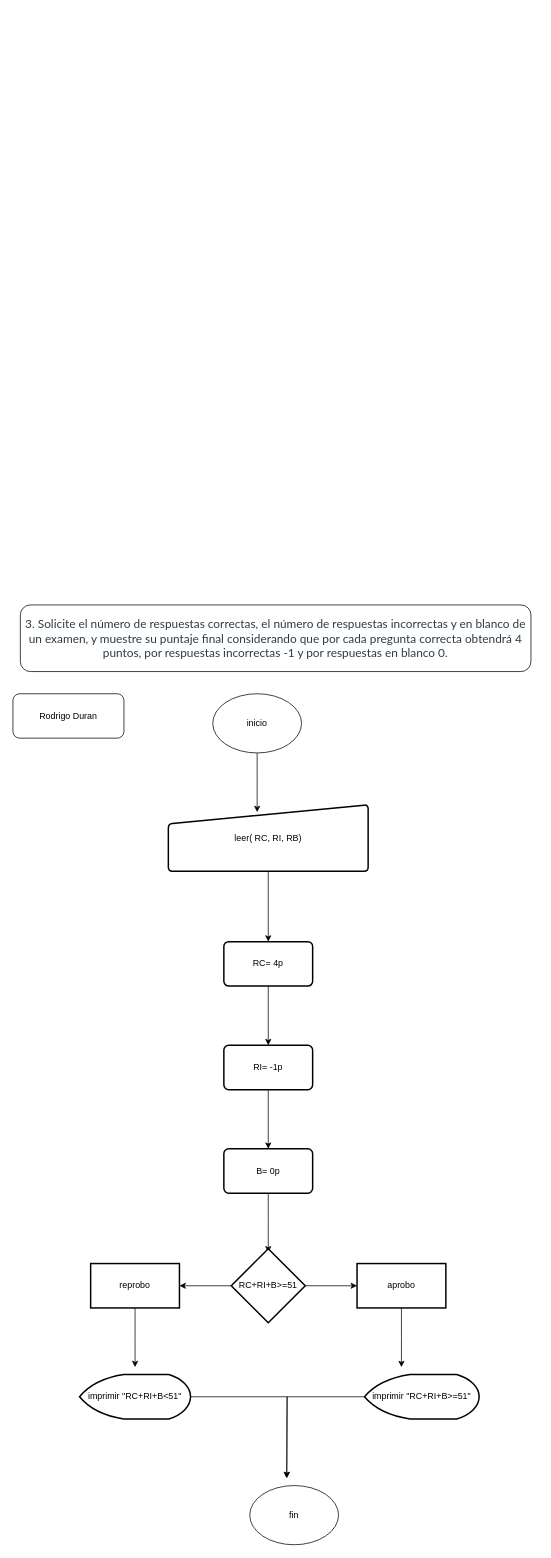
This is page "Page-3" (3 of 3) of Untitled Diagram.drawio from 12RodrigoDuran/Formula, a draw.io file, before an edit. Source tidied: cells renumbered, new cells numbered last; positions are measured from the earlier drawing's top-left corner, leaving out a move shared by most shapes. Both pictures are drawn from the tidied source at 74%, with x=0, y=0 at pixel (13, 605).
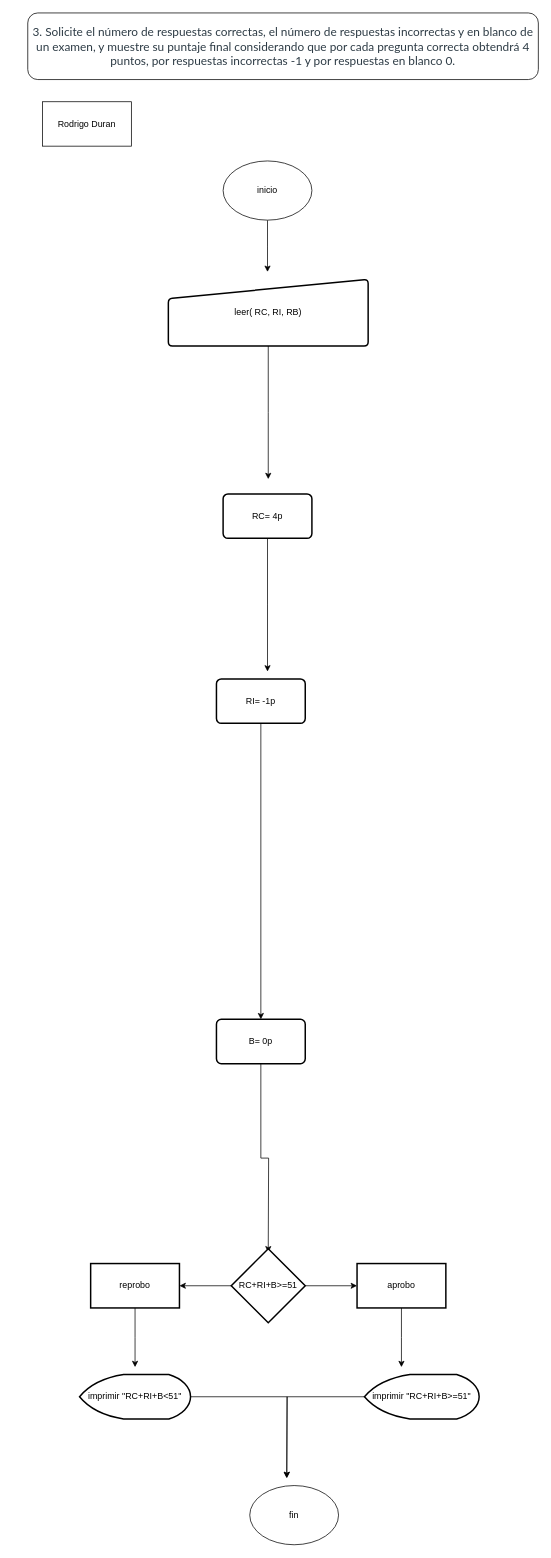
The same diagram, later.

Commit message (it also covers changes not shown here):
EJERCICIOS CORREGIDOS. Rodrigo Duran

Diff of the diagram source:
```diff
@@
     <mxCell id="2" value="&lt;br&gt;&lt;span style=&quot;background-color: rgb(255 , 255 , 255) ; color: rgb(45 , 59 , 69) ; font-family: &amp;#34;latoweb&amp;#34; , &amp;#34;lato extended&amp;#34; , &amp;#34;lato&amp;#34; , &amp;#34;helvetica neue&amp;#34; , &amp;#34;helvetica&amp;#34; , &amp;#34;arial&amp;#34; , sans-serif ; font-size: 16px&quot;&gt;3. Solicite el número de respuestas correctas, el número de respuestas incorrectas y en blanco de un examen, y muestre su puntaje final considerando que por cada pregunta correcta obtendrá 4 puntos, por respuestas incorrectas -1 y por respuestas en blanco 0.&lt;/span&gt;&lt;br&gt;&lt;br&gt;" style="rounded=1;whiteSpace=wrap;html=1;" parent="1" vertex="1">
-      <mxGeometry x="10" width="690" height="90" as="geometry" />
+      <mxGeometry x="20" y="-800" width="690" height="90" as="geometry" />
     </mxCell>
-    <mxCell id="3" style="edgeStyle=orthogonalEdgeStyle;rounded=0;jettySize=auto;html=1;" parent="1" edge="1" source="4">
-      <mxGeometry relative="1" as="geometry">
-        <mxPoint x="330" y="280" as="targetPoint" />
-      </mxGeometry>
-    </mxCell>
-    <mxCell id="4" value="inicio" style="ellipse;whiteSpace=wrap;html=1;" parent="1" vertex="1">
-      <mxGeometry x="270" y="120" width="120" height="80" as="geometry" />
-    </mxCell>
-    <mxCell id="5" style="edgeStyle=orthogonalEdgeStyle;rounded=0;jettySize=auto;html=1;" parent="1" edge="1" source="6" target="8">
-      <mxGeometry relative="1" as="geometry" />
-    </mxCell>
+    <mxCell id="26" style="edgeStyle=orthogonalEdgeStyle;rounded=0;jettySize=auto;html=1;" parent="1" edge="1" source="6">
+      <mxGeometry relative="1" as="geometry">
+        <mxPoint x="345" y="-170" as="targetPoint" />
+      </mxGeometry>
+    </mxCell>
     <mxCell id="6" value="leer( RC, RI, RB)" style="html=1;strokeWidth=2;shape=manualInput;whiteSpace=wrap;rounded=1;size=26;arcSize=11;" parent="1" vertex="1">
-      <mxGeometry x="210" y="270" width="270" height="90" as="geometry" />
+      <mxGeometry x="210" y="-440" width="270" height="90" as="geometry" />
     </mxCell>
-    <mxCell id="7" style="edgeStyle=orthogonalEdgeStyle;rounded=0;jettySize=auto;html=1;" parent="1" edge="1" source="8" target="10">
-      <mxGeometry relative="1" as="geometry" />
-    </mxCell>
+    <mxCell id="27" style="edgeStyle=orthogonalEdgeStyle;rounded=0;jettySize=auto;html=1;" parent="1" edge="1" source="8">
+      <mxGeometry relative="1" as="geometry">
+        <mxPoint x="344" y="90" as="targetPoint" />
+      </mxGeometry>
+    </mxCell>
     <mxCell id="8" value="RC= 4p" style="whiteSpace=wrap;html=1;rounded=1;strokeWidth=2;arcSize=11;" parent="1" vertex="1">
-      <mxGeometry x="285" y="455" width="120" height="60" as="geometry" />
+      <mxGeometry x="284" y="-150" width="120" height="60" as="geometry" />
     </mxCell>
@@
     <mxCell id="10" value="RI= -1p" style="whiteSpace=wrap;html=1;rounded=1;strokeWidth=2;arcSize=11;" parent="1" vertex="1">
-      <mxGeometry x="285" y="595" width="120" height="60" as="geometry" />
+      <mxGeometry x="275" y="100" width="120" height="60" as="geometry" />
     </mxCell>
@@
     <mxCell id="12" value="B= 0p" style="whiteSpace=wrap;html=1;rounded=1;strokeWidth=2;arcSize=11;" parent="1" vertex="1">
-      <mxGeometry x="285" y="735" width="120" height="60" as="geometry" />
+      <mxGeometry x="275" y="560" width="120" height="60" as="geometry" />
     </mxCell>
@@
-    <mxCell id="25" value="Rodrigo Duran" style="rounded=1;whiteSpace=wrap;html=1;" parent="1" vertex="1">
-      <mxGeometry y="120" width="150" height="60" as="geometry" />
+    <mxCell id="25" value="Rodrigo Duran" style="rounded=0;whiteSpace=wrap;html=1;" parent="1" vertex="1">
+      <mxGeometry x="40" y="-680" width="120" height="60" as="geometry" />
     </mxCell>
+    <mxCell id="28" style="edgeStyle=orthogonalEdgeStyle;rounded=0;jettySize=auto;html=1;" parent="1" edge="1" source="4">
+      <mxGeometry relative="1" as="geometry">
+        <mxPoint x="344" y="-450" as="targetPoint" />
+      </mxGeometry>
+    </mxCell>
+    <mxCell id="4" value="inicio" style="ellipse;whiteSpace=wrap;html=1;" parent="1" vertex="1">
+      <mxGeometry x="284" y="-600" width="120" height="80" as="geometry" />
+    </mxCell>
```
